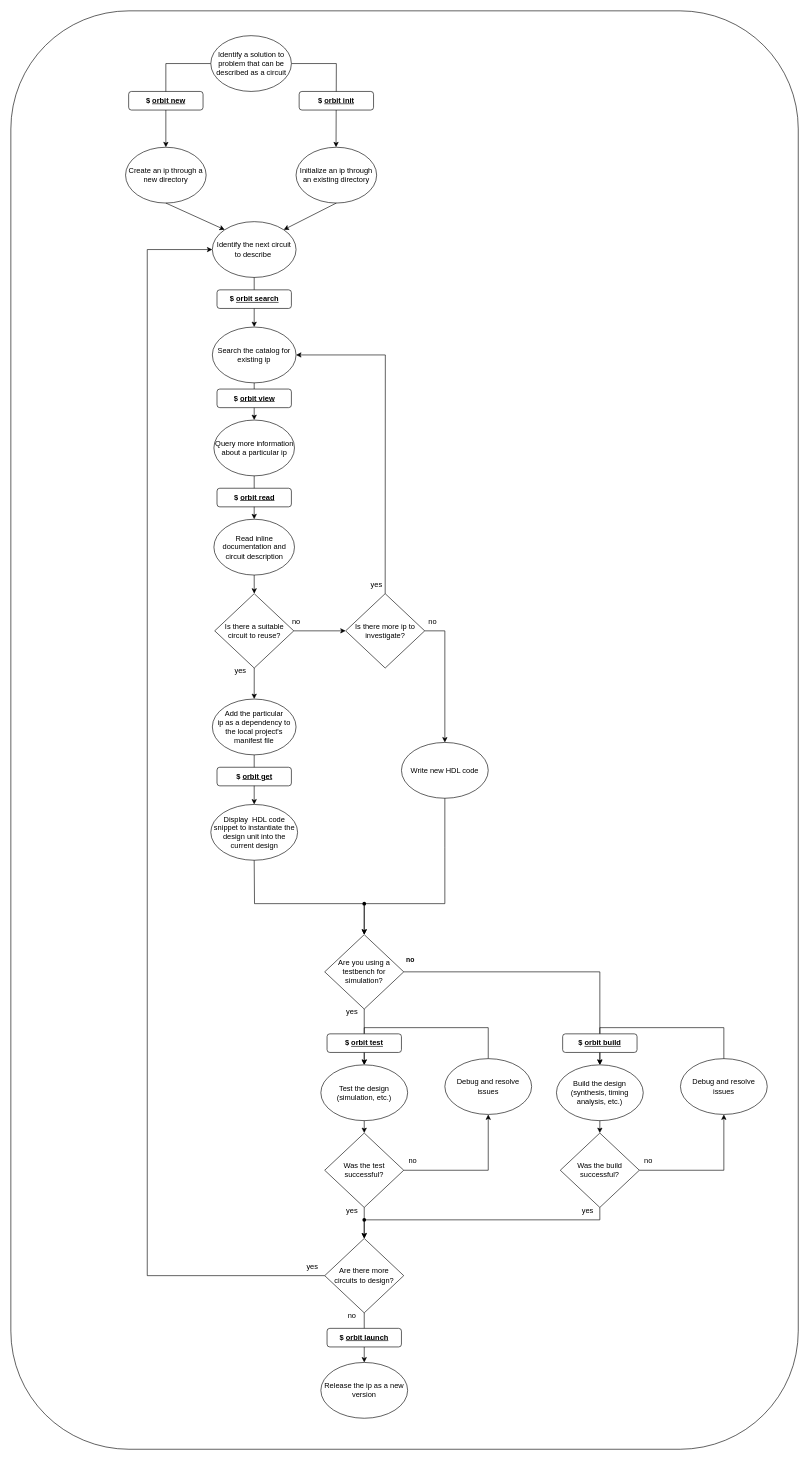
Above: docs/src/diagrams/workflow.drawio in chaseruskin/orbit (draw.io), before the change. Source tidied: cells renumbered, new cells numbered last; positions are measured from the earlier drawing's top-left corner, leaving out a move shared by most shapes. Both pictures are drawn from the tidied source at 62%, with x=0, y=0 at pixel (11, 11).
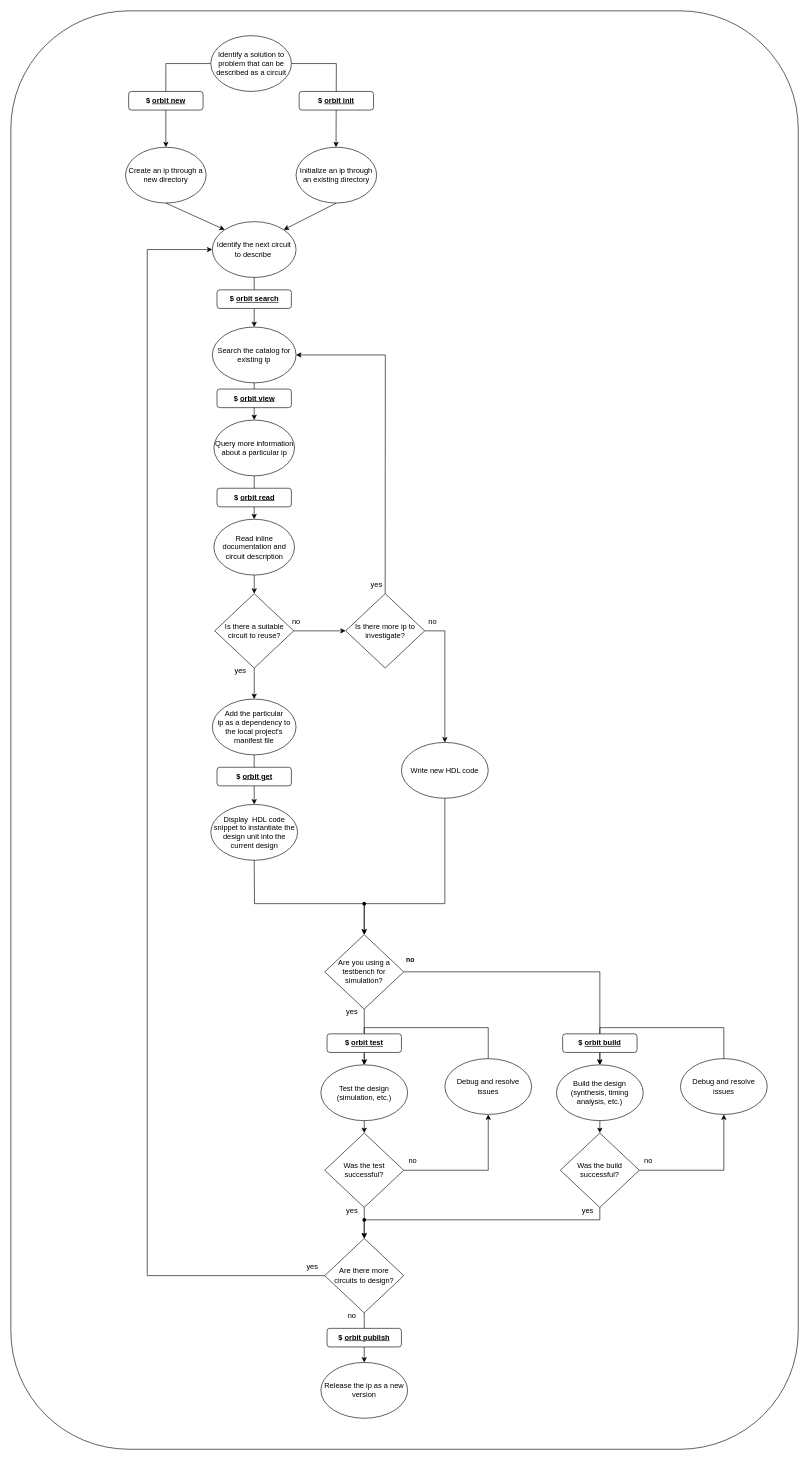
The same diagram, later.

Change to the diagram source:
```diff
@@
-    <mxCell id="74" value="&lt;b&gt;$ &lt;u&gt;orbit launch&lt;/u&gt;&lt;/b&gt;" style="rounded=1;whiteSpace=wrap;html=1;" parent="1" vertex="1">
+    <mxCell id="74" value="&lt;b&gt;$ &lt;u&gt;orbit publish&lt;/u&gt;&lt;/b&gt;" style="rounded=1;whiteSpace=wrap;html=1;" parent="1" vertex="1">
       <mxGeometry x="510" y="2125" width="120" height="30" as="geometry" />
     </mxCell>
```
